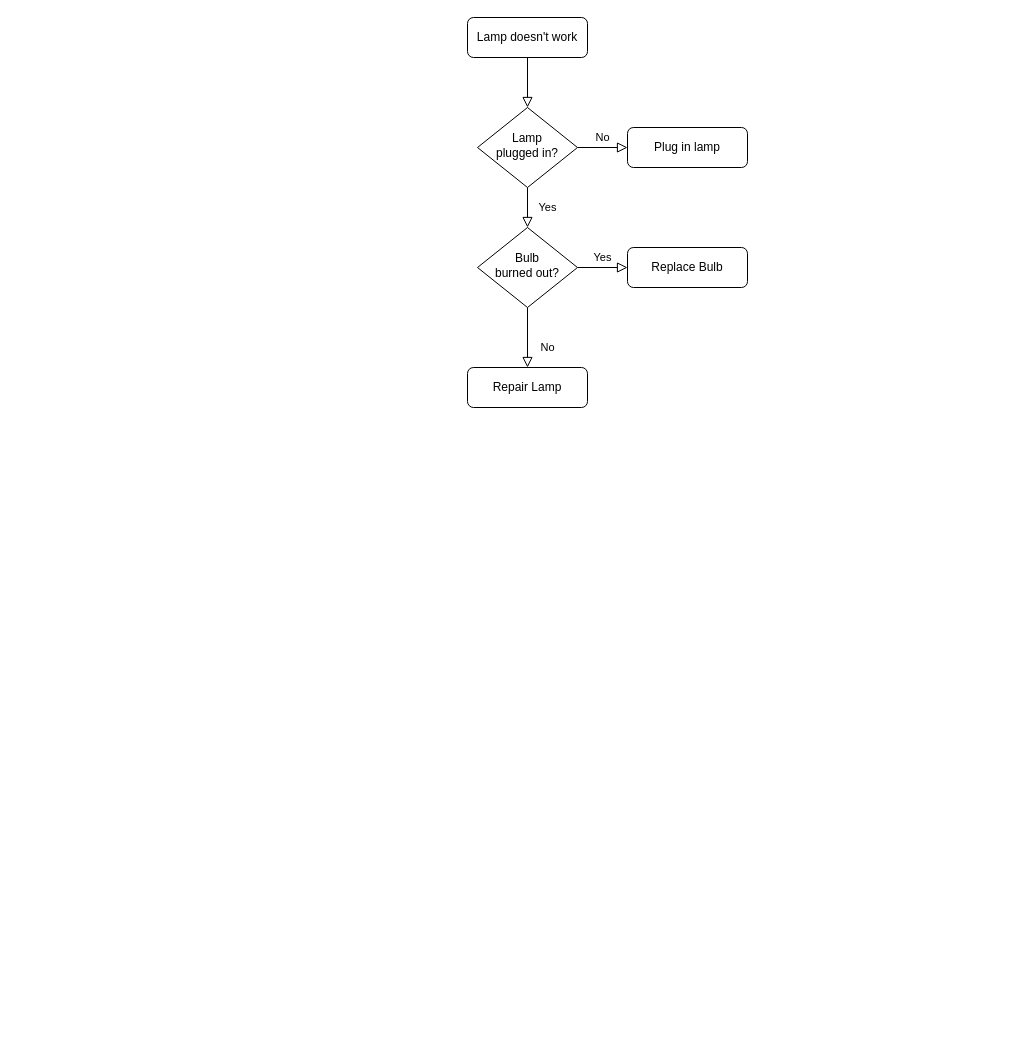
Earlier version of the draw.io diagram Untitled Diagram.drawio (buyeol-choi/my-shop). Source tidied: cells renumbered, new cells numbered last; positions are measured from the earlier drawing's top-left corner, leaving out a move shared by most shapes. Both pictures are drawn from the tidied source at 100%, with x=0, y=0 at pixel (467, 17).
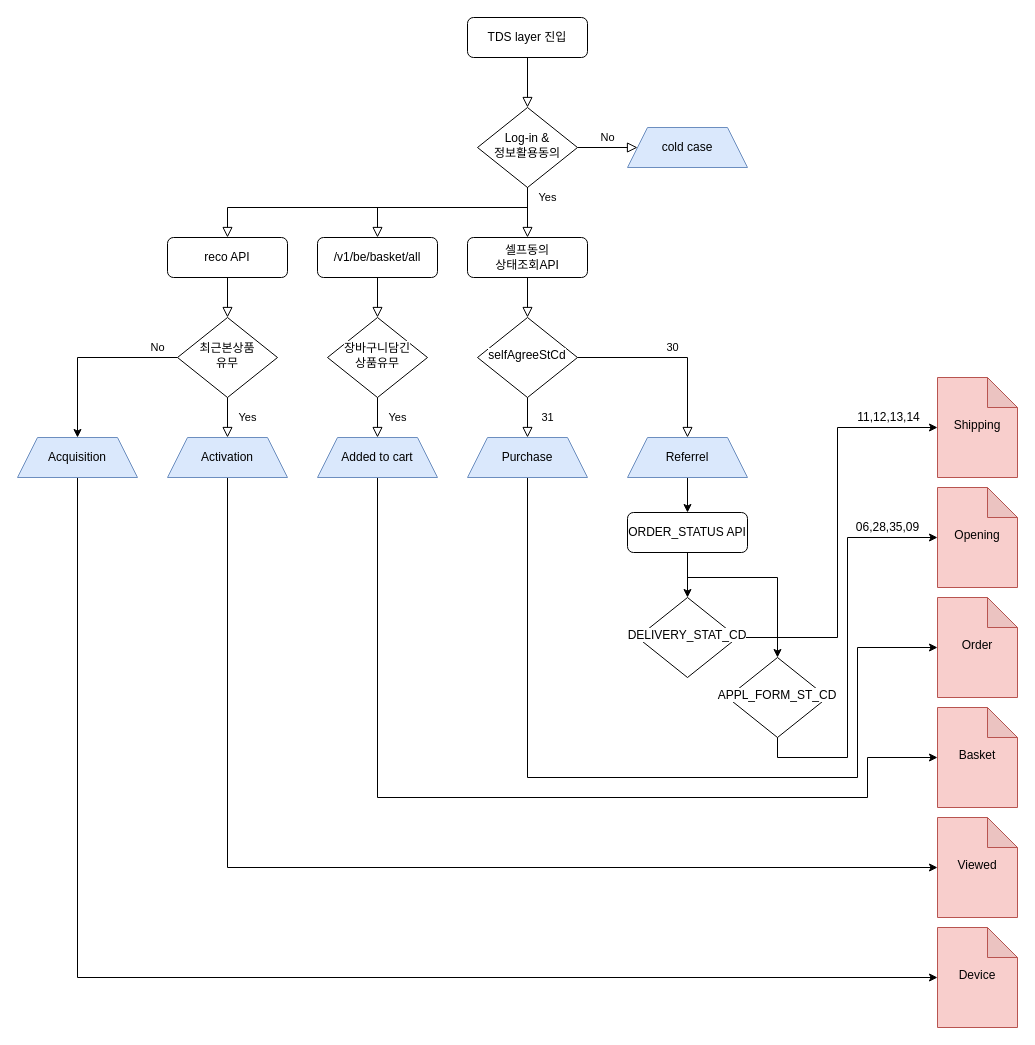
After the change.

Change to the diagram source:
```diff
@@
-    <mxCell id="3" value="Lamp doesn't work" style="rounded=1;whiteSpace=wrap;html=1;fontSize=12;glass=0;strokeWidth=1;shadow=0;" parent="1" vertex="1">
+    <mxCell id="3" value="TDS layer 진입" style="rounded=1;whiteSpace=wrap;html=1;fontSize=12;glass=0;strokeWidth=1;shadow=0;" parent="1" vertex="1">
       <mxGeometry width="120" height="40" as="geometry" />
     </mxCell>
-    <mxCell id="4" value="Yes" style="rounded=0;html=1;jettySize=auto;fontSize=11;endArrow=block;endFill=0;endSize=8;strokeWidth=1;shadow=0;labelBackgroundColor=none;edgeStyle=orthogonalEdgeStyle;" parent="1" edge="1" source="6" target="10">
-      <mxGeometry y="20" relative="1" as="geometry" />
+    <mxCell id="4" value="Yes" style="rounded=0;html=1;jettySize=auto;fontSize=11;endArrow=block;endFill=0;endSize=8;strokeWidth=1;shadow=0;labelBackgroundColor=none;edgeStyle=orthogonalEdgeStyle;entryX=0.5;entryY=0;entryDx=0;entryDy=0;" parent="1" edge="1" source="6" target="12">
+      <mxGeometry x="-0.6" y="20" relative="1" as="geometry" />
     </mxCell>
@@
-    <mxCell id="6" value="Lamp&lt;br&gt;plugged in?" style="rhombus;whiteSpace=wrap;html=1;shadow=0;fontFamily=Helvetica;fontSize=12;align=center;strokeWidth=1;spacing=6;spacingTop=-4;" parent="1" vertex="1">
+    <mxCell id="6" value="Log-in &amp;amp;&lt;br&gt;정보활용동의" style="rhombus;whiteSpace=wrap;html=1;shadow=0;fontFamily=Helvetica;fontSize=12;align=center;strokeWidth=1;spacing=6;spacingTop=-4;" parent="1" vertex="1">
       <mxGeometry x="10" y="90" width="100" height="80" as="geometry" />
     </mxCell>
-    <mxCell id="7" value="Plug in lamp" style="rounded=1;whiteSpace=wrap;html=1;fontSize=12;glass=0;strokeWidth=1;shadow=0;" parent="1" vertex="1">
+    <mxCell id="7" value="cold case" style="shape=trapezoid;perimeter=trapezoidPerimeter;whiteSpace=wrap;html=1;fixedSize=1;labelBackgroundColor=none;fillColor=#dae8fc;strokeColor=#6c8ebf;" parent="1" vertex="1">
       <mxGeometry x="160" y="110" width="120" height="40" as="geometry" />
     </mxCell>
+    <mxCell id="12" value="셀프동의&lt;br&gt;상태조회API" style="rounded=1;whiteSpace=wrap;html=1;fontSize=12;glass=0;strokeWidth=1;shadow=0;" parent="1" vertex="1">
+      <mxGeometry y="220" width="120" height="40" as="geometry" />
+    </mxCell>
+    <mxCell id="13" value="&lt;span style=&quot;font-family: &amp;#34;malgun gothic&amp;#34; ; text-align: left ; background-color: rgb(255 , 255 , 255)&quot;&gt;selfAgreeStCd&lt;/span&gt;" style="rhombus;whiteSpace=wrap;html=1;shadow=0;fontFamily=Helvetica;fontSize=12;align=center;strokeWidth=1;spacing=6;spacingTop=-4;" parent="1" vertex="1">
+      <mxGeometry x="10" y="300" width="100" height="80" as="geometry" />
+    </mxCell>
+    <mxCell id="14" value="30" style="edgeStyle=orthogonalEdgeStyle;rounded=0;html=1;jettySize=auto;fontSize=11;endArrow=block;endFill=0;endSize=8;strokeWidth=1;shadow=0;labelBackgroundColor=none;exitX=1;exitY=0.5;exitDx=0;exitDy=0;entryX=0.5;entryY=0;entryDx=0;entryDy=0;" parent="1" edge="1" source="13" target="16">
+      <mxGeometry y="10" relative="1" as="geometry" />
+    </mxCell>
+    <mxCell id="15" style="edgeStyle=orthogonalEdgeStyle;rounded=0;jettySize=auto;html=1;labelBackgroundColor=none;" parent="1" edge="1" source="16" target="37">
+      <mxGeometry relative="1" as="geometry" />
+    </mxCell>
+    <mxCell id="16" value="Referrel" style="shape=trapezoid;perimeter=trapezoidPerimeter;whiteSpace=wrap;html=1;fixedSize=1;labelBackgroundColor=none;fillColor=#dae8fc;strokeColor=#6c8ebf;" parent="1" vertex="1">
+      <mxGeometry x="160" y="420" width="120" height="40" as="geometry" />
+    </mxCell>
+    <mxCell id="17" value="31" style="rounded=0;html=1;jettySize=auto;fontSize=11;endArrow=block;endFill=0;endSize=8;strokeWidth=1;shadow=0;labelBackgroundColor=none;edgeStyle=orthogonalEdgeStyle;exitX=0.5;exitY=1;exitDx=0;exitDy=0;entryX=0.5;entryY=0;entryDx=0;entryDy=0;" parent="1" edge="1" source="13" target="20">
+      <mxGeometry y="20" relative="1" as="geometry" />
+    </mxCell>
+    <mxCell id="18" style="rounded=0;html=1;jettySize=auto;fontSize=11;endArrow=block;endFill=0;endSize=8;strokeWidth=1;shadow=0;labelBackgroundColor=none;edgeStyle=orthogonalEdgeStyle;exitX=0.5;exitY=1;exitDx=0;exitDy=0;entryX=0.5;entryY=0;entryDx=0;entryDy=0;" parent="1" edge="1" source="12" target="13">
+      <mxGeometry relative="1" as="geometry" />
+    </mxCell>
+    <mxCell id="19" style="edgeStyle=orthogonalEdgeStyle;rounded=0;jettySize=auto;html=1;labelBackgroundColor=none;entryX=0;entryY=0.5;entryDx=0;entryDy=0;entryPerimeter=0;" parent="1" edge="1" source="20" target="44">
+      <mxGeometry relative="1" as="geometry">
+        <Array as="points">
+          <mxPoint x="60" y="760" />
+          <mxPoint x="390" y="760" />
+          <mxPoint x="390" y="630" />
+        </Array>
+      </mxGeometry>
+    </mxCell>
+    <mxCell id="20" value="Purchase" style="shape=trapezoid;perimeter=trapezoidPerimeter;whiteSpace=wrap;html=1;fixedSize=1;labelBackgroundColor=none;fillColor=#dae8fc;strokeColor=#6c8ebf;" parent="1" vertex="1">
+      <mxGeometry y="420" width="120" height="40" as="geometry" />
+    </mxCell>
+    <mxCell id="21" value="&lt;span style=&quot;font-family: &amp;quot;malgun gothic&amp;quot;; text-align: left;&quot;&gt;/v1/be/basket/all&lt;/span&gt;" style="rounded=1;whiteSpace=wrap;html=1;fontSize=12;glass=0;strokeWidth=1;shadow=0;labelBackgroundColor=none;" parent="1" vertex="1">
+      <mxGeometry x="-150" y="220" width="120" height="40" as="geometry" />
+    </mxCell>
+    <mxCell id="22" style="rounded=0;html=1;jettySize=auto;fontSize=11;endArrow=block;endFill=0;endSize=8;strokeWidth=1;shadow=0;labelBackgroundColor=none;edgeStyle=orthogonalEdgeStyle;" parent="1" edge="1" target="21">
+      <mxGeometry x="0.5" y="-10" relative="1" as="geometry">
+        <mxPoint x="60" y="170" as="sourcePoint" />
+        <Array as="points">
+          <mxPoint x="60" y="190" />
+          <mxPoint x="-90" y="190" />
+        </Array>
+      </mxGeometry>
+    </mxCell>
+    <mxCell id="23" value="&lt;div&gt;&lt;font face=&quot;malgun gothic&quot;&gt;&lt;span style=&quot;background-color: rgb(255 , 255 , 255)&quot;&gt;장바구니담긴&lt;/span&gt;&lt;/font&gt;&lt;/div&gt;&lt;div&gt;&lt;font face=&quot;malgun gothic&quot;&gt;&lt;span style=&quot;background-color: rgb(255 , 255 , 255)&quot;&gt;상품유무&lt;/span&gt;&lt;/font&gt;&lt;/div&gt;" style="rhombus;whiteSpace=wrap;html=1;shadow=0;fontFamily=Helvetica;fontSize=12;align=center;strokeWidth=1;spacing=6;spacingTop=-4;" parent="1" vertex="1">
+      <mxGeometry x="-140" y="300" width="100" height="80" as="geometry" />
+    </mxCell>
+    <mxCell id="24" style="edgeStyle=orthogonalEdgeStyle;rounded=0;jettySize=auto;html=1;labelBackgroundColor=none;entryX=0;entryY=0.5;entryDx=0;entryDy=0;entryPerimeter=0;" parent="1" edge="1" source="25" target="45">
+      <mxGeometry relative="1" as="geometry">
+        <Array as="points">
+          <mxPoint x="-90" y="780" />
+          <mxPoint x="400" y="780" />
+          <mxPoint x="400" y="740" />
+        </Array>
+      </mxGeometry>
+    </mxCell>
+    <mxCell id="25" value="Added to cart" style="shape=trapezoid;perimeter=trapezoidPerimeter;whiteSpace=wrap;html=1;fixedSize=1;labelBackgroundColor=none;fillColor=#dae8fc;strokeColor=#6c8ebf;" parent="1" vertex="1">
+      <mxGeometry x="-150" y="420" width="120" height="40" as="geometry" />
+    </mxCell>
+    <mxCell id="26" style="rounded=0;html=1;jettySize=auto;fontSize=11;endArrow=block;endFill=0;endSize=8;strokeWidth=1;shadow=0;labelBackgroundColor=none;edgeStyle=orthogonalEdgeStyle;exitX=0.5;exitY=1;exitDx=0;exitDy=0;" parent="1" edge="1" source="21" target="23">
+      <mxGeometry relative="1" as="geometry" />
+    </mxCell>
+    <mxCell id="27" value="Yes" style="rounded=0;html=1;jettySize=auto;fontSize=11;endArrow=block;endFill=0;endSize=8;strokeWidth=1;shadow=0;labelBackgroundColor=none;edgeStyle=orthogonalEdgeStyle;exitX=0.5;exitY=1;exitDx=0;exitDy=0;entryX=0.5;entryY=0;entryDx=0;entryDy=0;" parent="1" edge="1" source="23" target="25">
+      <mxGeometry y="20" relative="1" as="geometry" />
+    </mxCell>
+    <mxCell id="28" value="&lt;span style=&quot;font-family: &amp;quot;malgun gothic&amp;quot;; text-align: left;&quot;&gt;reco API&lt;/span&gt;" style="rounded=1;whiteSpace=wrap;html=1;fontSize=12;glass=0;strokeWidth=1;shadow=0;labelBackgroundColor=none;" parent="1" vertex="1">
+      <mxGeometry x="-300" y="220" width="120" height="40" as="geometry" />
+    </mxCell>
-    <mxCell id="8" value="No" style="rounded=0;html=1;jettySize=auto;fontSize=11;endArrow=block;endFill=0;endSize=8;strokeWidth=1;shadow=0;labelBackgroundColor=none;edgeStyle=orthogonalEdgeStyle;" parent="1" edge="1" source="10" target="11">
-      <mxGeometry x="0.33" y="20" relative="1" as="geometry" />
+    <mxCell id="8" value="No" style="edgeStyle=orthogonalEdgeStyle;rounded=0;jettySize=auto;html=1;entryX=0.5;entryY=0;entryDx=0;entryDy=0;labelBackgroundColor=none;" parent="1" edge="1" source="29" target="49">
+      <mxGeometry x="-0.78" y="-10" relative="1" as="geometry" />
     </mxCell>
-    <mxCell id="9" value="Yes" style="edgeStyle=orthogonalEdgeStyle;rounded=0;html=1;jettySize=auto;fontSize=11;endArrow=block;endFill=0;endSize=8;strokeWidth=1;shadow=0;labelBackgroundColor=none;" parent="1" edge="1" source="10" target="12">
-      <mxGeometry y="10" relative="1" as="geometry" />
-    </mxCell>
-    <mxCell id="10" value="Bulb&lt;br&gt;burned out?" style="rhombus;whiteSpace=wrap;html=1;shadow=0;fontFamily=Helvetica;fontSize=12;align=center;strokeWidth=1;spacing=6;spacingTop=-4;" parent="1" vertex="1">
-      <mxGeometry x="10" y="210" width="100" height="80" as="geometry" />
-    </mxCell>
-    <mxCell id="11" value="Repair Lamp" style="rounded=1;whiteSpace=wrap;html=1;fontSize=12;glass=0;strokeWidth=1;shadow=0;" parent="1" vertex="1">
-      <mxGeometry y="350" width="120" height="40" as="geometry" />
-    </mxCell>
-    <mxCell id="12" value="Replace Bulb" style="rounded=1;whiteSpace=wrap;html=1;fontSize=12;glass=0;strokeWidth=1;shadow=0;" parent="1" vertex="1">
-      <mxGeometry x="160" y="230" width="120" height="40" as="geometry" />
-    </mxCell>
+    <mxCell id="29" value="&lt;div&gt;&lt;font face=&quot;malgun gothic&quot;&gt;&lt;span style=&quot;background-color: rgb(255 , 255 , 255)&quot;&gt;최근본상품&lt;/span&gt;&lt;/font&gt;&lt;/div&gt;&lt;div&gt;&lt;font face=&quot;malgun gothic&quot;&gt;&lt;span style=&quot;background-color: rgb(255 , 255 , 255)&quot;&gt;유무&lt;/span&gt;&lt;/font&gt;&lt;/div&gt;" style="rhombus;whiteSpace=wrap;html=1;shadow=0;fontFamily=Helvetica;fontSize=12;align=center;strokeWidth=1;spacing=6;spacingTop=-4;" parent="1" vertex="1">
+      <mxGeometry x="-290" y="300" width="100" height="80" as="geometry" />
+    </mxCell>
+    <mxCell id="30" style="edgeStyle=orthogonalEdgeStyle;rounded=0;jettySize=auto;html=1;labelBackgroundColor=none;entryX=0;entryY=0.5;entryDx=0;entryDy=0;entryPerimeter=0;" parent="1" edge="1" source="31" target="46">
+      <mxGeometry relative="1" as="geometry">
+        <Array as="points">
+          <mxPoint x="-240" y="850" />
+        </Array>
+      </mxGeometry>
+    </mxCell>
+    <mxCell id="31" value="&lt;span style=&quot;font-family: &amp;quot;malgun gothic&amp;quot;; text-align: left;&quot;&gt;Activation&lt;/span&gt;" style="shape=trapezoid;perimeter=trapezoidPerimeter;whiteSpace=wrap;html=1;fixedSize=1;labelBackgroundColor=none;fillColor=#dae8fc;strokeColor=#6c8ebf;" parent="1" vertex="1">
+      <mxGeometry x="-300" y="420" width="120" height="40" as="geometry" />
+    </mxCell>
+    <mxCell id="32" value="Yes" style="rounded=0;html=1;jettySize=auto;fontSize=11;endArrow=block;endFill=0;endSize=8;strokeWidth=1;shadow=0;labelBackgroundColor=none;edgeStyle=orthogonalEdgeStyle;exitX=0.5;exitY=1;exitDx=0;exitDy=0;" parent="1" edge="1" source="29" target="31">
+      <mxGeometry y="20" relative="1" as="geometry" />
+    </mxCell>
+    <mxCell id="33" style="rounded=0;html=1;jettySize=auto;fontSize=11;endArrow=block;endFill=0;endSize=8;strokeWidth=1;shadow=0;labelBackgroundColor=none;edgeStyle=orthogonalEdgeStyle;exitX=0.5;exitY=1;exitDx=0;exitDy=0;" parent="1" edge="1" source="28" target="29">
+      <mxGeometry relative="1" as="geometry" />
+    </mxCell>
+    <mxCell id="34" style="rounded=0;html=1;jettySize=auto;fontSize=11;endArrow=block;endFill=0;endSize=8;strokeWidth=1;shadow=0;labelBackgroundColor=none;edgeStyle=orthogonalEdgeStyle;entryX=0.5;entryY=0;entryDx=0;entryDy=0;exitX=0.5;exitY=1;exitDx=0;exitDy=0;" parent="1" edge="1" source="6" target="28">
+      <mxGeometry x="0.82" y="-10" relative="1" as="geometry">
+        <Array as="points">
+          <mxPoint x="60" y="190" />
+          <mxPoint x="-240" y="190" />
+        </Array>
+      </mxGeometry>
+    </mxCell>
+    <mxCell id="35" style="edgeStyle=orthogonalEdgeStyle;rounded=0;jettySize=auto;html=1;labelBackgroundColor=none;entryX=0.5;entryY=0;entryDx=0;entryDy=0;exitX=0.5;exitY=1;exitDx=0;exitDy=0;" parent="1" edge="1" source="37" target="40">
+      <mxGeometry relative="1" as="geometry">
+        <Array as="points">
+          <mxPoint x="220" y="560" />
+          <mxPoint x="310" y="560" />
+        </Array>
+      </mxGeometry>
+    </mxCell>
+    <mxCell id="36" style="edgeStyle=orthogonalEdgeStyle;rounded=0;jettySize=auto;html=1;labelBackgroundColor=none;" parent="1" edge="1" source="37" target="39">
+      <mxGeometry relative="1" as="geometry" />
+    </mxCell>
+    <mxCell id="37" value="ORDER_STATUS API" style="rounded=1;whiteSpace=wrap;html=1;fontSize=12;glass=0;strokeWidth=1;shadow=0;" parent="1" vertex="1">
+      <mxGeometry x="160" y="495" width="120" height="40" as="geometry" />
+    </mxCell>
+    <mxCell id="38" value="&#10;&#10;&lt;span style=&quot;color: rgb(0, 0, 0); font-family: &amp;quot;malgun gothic&amp;quot;; font-size: 12px; font-style: normal; font-weight: 400; letter-spacing: normal; text-align: left; text-indent: 0px; text-transform: none; word-spacing: 0px; display: inline; float: none;&quot;&gt;11,12,13,14&lt;/span&gt;&#10;&#10;" style="edgeStyle=orthogonalEdgeStyle;rounded=0;jettySize=auto;html=1;labelBackgroundColor=none;entryX=0;entryY=0.5;entryDx=0;entryDy=0;entryPerimeter=0;" parent="1" edge="1" source="39" target="41">
+      <mxGeometry x="0.76" y="10" relative="1" as="geometry" />
+    </mxCell>
+    <mxCell id="39" value="&lt;span style=&quot;font-family: &amp;#34;malgun gothic&amp;#34; ; text-align: left ; background-color: rgb(255 , 255 , 255)&quot;&gt;DELIVERY_STAT_CD&lt;/span&gt;" style="rhombus;whiteSpace=wrap;html=1;shadow=0;fontFamily=Helvetica;fontSize=12;align=center;strokeWidth=1;spacing=6;spacingTop=-4;" parent="1" vertex="1">
+      <mxGeometry x="170" y="580" width="100" height="80" as="geometry" />
+    </mxCell>
+    <mxCell id="40" value="&lt;span style=&quot;font-family: &amp;#34;malgun gothic&amp;#34; ; text-align: left ; background-color: rgb(255 , 255 , 255)&quot;&gt;APPL_FORM_ST_CD&lt;/span&gt;" style="rhombus;whiteSpace=wrap;html=1;shadow=0;fontFamily=Helvetica;fontSize=12;align=center;strokeWidth=1;spacing=6;spacingTop=-4;" parent="1" vertex="1">
+      <mxGeometry x="260" y="640" width="100" height="80" as="geometry" />
+    </mxCell>
+    <mxCell id="41" value="Shipping" style="shape=note;whiteSpace=wrap;html=1;backgroundOutline=1;darkOpacity=0.05;shadow=0;strokeWidth=1;spacing=6;spacingTop=-4;fillColor=#f8cecc;strokeColor=#b85450;" parent="1" vertex="1">
+      <mxGeometry x="470" y="360" width="80" height="100" as="geometry" />
+    </mxCell>
+    <mxCell id="42" value="Opening" style="shape=note;whiteSpace=wrap;html=1;backgroundOutline=1;darkOpacity=0.05;shadow=0;strokeWidth=1;spacing=6;spacingTop=-4;fillColor=#f8cecc;strokeColor=#b85450;" parent="1" vertex="1">
+      <mxGeometry x="470" y="470" width="80" height="100" as="geometry" />
+    </mxCell>
+    <mxCell id="43" value="&lt;span style=&quot;font-family: &amp;quot;malgun gothic&amp;quot;; font-size: 12px; text-align: left;&quot;&gt;06,28,35,09&lt;/span&gt;" style="edgeStyle=orthogonalEdgeStyle;rounded=0;jettySize=auto;html=1;labelBackgroundColor=none;exitX=0.5;exitY=1;exitDx=0;exitDy=0;entryX=0;entryY=0.5;entryDx=0;entryDy=0;entryPerimeter=0;" parent="1" edge="1" source="40" target="42">
+      <mxGeometry x="0.75" y="10" relative="1" as="geometry">
+        <Array as="points">
+          <mxPoint x="310" y="740" />
+          <mxPoint x="380" y="740" />
+          <mxPoint x="380" y="520" />
+        </Array>
+      </mxGeometry>
+    </mxCell>
+    <mxCell id="44" value="Order" style="shape=note;whiteSpace=wrap;html=1;backgroundOutline=1;darkOpacity=0.05;shadow=0;strokeWidth=1;spacing=6;spacingTop=-4;fillColor=#f8cecc;strokeColor=#b85450;" parent="1" vertex="1">
+      <mxGeometry x="470" y="580" width="80" height="100" as="geometry" />
+    </mxCell>
+    <mxCell id="45" value="Basket" style="shape=note;whiteSpace=wrap;html=1;backgroundOutline=1;darkOpacity=0.05;shadow=0;strokeWidth=1;spacing=6;spacingTop=-4;fillColor=#f8cecc;strokeColor=#b85450;" parent="1" vertex="1">
+      <mxGeometry x="470" y="690" width="80" height="100" as="geometry" />
+    </mxCell>
+    <mxCell id="46" value="Viewed" style="shape=note;whiteSpace=wrap;html=1;backgroundOutline=1;darkOpacity=0.05;shadow=0;strokeWidth=1;spacing=6;spacingTop=-4;fillColor=#f8cecc;strokeColor=#b85450;" parent="1" vertex="1">
+      <mxGeometry x="470" y="800" width="80" height="100" as="geometry" />
+    </mxCell>
+    <mxCell id="47" value="Device" style="shape=note;whiteSpace=wrap;html=1;backgroundOutline=1;darkOpacity=0.05;shadow=0;strokeWidth=1;spacing=6;spacingTop=-4;fillColor=#f8cecc;strokeColor=#b85450;" parent="1" vertex="1">
+      <mxGeometry x="470" y="910" width="80" height="100" as="geometry" />
+    </mxCell>
+    <mxCell id="48" style="edgeStyle=orthogonalEdgeStyle;rounded=0;jettySize=auto;html=1;labelBackgroundColor=none;entryX=0;entryY=0.5;entryDx=0;entryDy=0;entryPerimeter=0;" parent="1" edge="1" source="49" target="47">
+      <mxGeometry relative="1" as="geometry">
+        <Array as="points">
+          <mxPoint x="-390" y="960" />
+        </Array>
+      </mxGeometry>
+    </mxCell>
+    <mxCell id="49" value="&lt;span style=&quot;font-family: &amp;quot;malgun gothic&amp;quot;; text-align: left;&quot;&gt;Acquisition&lt;/span&gt;" style="shape=trapezoid;perimeter=trapezoidPerimeter;whiteSpace=wrap;html=1;fixedSize=1;labelBackgroundColor=none;fillColor=#dae8fc;strokeColor=#6c8ebf;" parent="1" vertex="1">
+      <mxGeometry x="-450" y="420" width="120" height="40" as="geometry" />
+    </mxCell>
```
